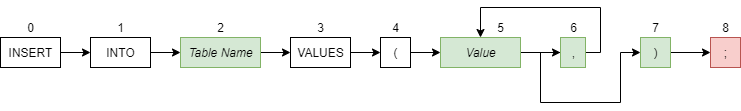
Earlier version of the draw.io export src/datastructure/rulegraph/diagrams/images/InsertDiagram.png (DeliciousWaffle/MastersProject). Source tidied: cells renumbered, new cells last; positions are measured from the earlier drawing's top-left corner, leaving out a move shared by most shapes. The source it was exported from:
```xml
<mxGraphModel>
  <root>
    <mxCell id="0" />
    <mxCell id="1" parent="0" />
    <mxCell id="2" style="edgeStyle=orthogonalEdgeStyle;rounded=0;jettySize=auto;html=1;exitX=1;exitY=0.5;exitDx=0;exitDy=0;entryX=0;entryY=0.5;entryDx=0;entryDy=0;" parent="1" edge="1" source="3" target="6">
      <mxGeometry relative="1" as="geometry" />
    </mxCell>
    <mxCell id="3" value="INSERT" style="html=1;" parent="1" vertex="1">
      <mxGeometry y="30" width="60" height="30" as="geometry" />
    </mxCell>
    <mxCell id="4" value="0" style="text;html=1;align=center;verticalAlign=middle;" parent="1" vertex="1">
      <mxGeometry x="20" y="10" width="20" height="20" as="geometry" />
    </mxCell>
    <mxCell id="5" style="edgeStyle=orthogonalEdgeStyle;rounded=0;jettySize=auto;html=1;exitX=1;exitY=0.5;exitDx=0;exitDy=0;entryX=0;entryY=0.5;entryDx=0;entryDy=0;" parent="1" edge="1" source="6" target="9">
      <mxGeometry relative="1" as="geometry" />
    </mxCell>
    <mxCell id="6" value="INTO" style="html=1;" parent="1" vertex="1">
      <mxGeometry x="90" y="30" width="60" height="30" as="geometry" />
    </mxCell>
    <mxCell id="7" value="1" style="text;html=1;align=center;verticalAlign=middle;" parent="1" vertex="1">
      <mxGeometry x="110" y="10" width="20" height="20" as="geometry" />
    </mxCell>
    <mxCell id="8" style="edgeStyle=orthogonalEdgeStyle;rounded=0;jettySize=auto;html=1;exitX=1;exitY=0.5;exitDx=0;exitDy=0;entryX=0;entryY=0.5;entryDx=0;entryDy=0;" parent="1" edge="1" source="9" target="12">
      <mxGeometry relative="1" as="geometry" />
    </mxCell>
    <mxCell id="9" value="&lt;i&gt;Table Name&lt;/i&gt;" style="html=1;fillColor=#d5e8d4;strokeColor=#82b366;" parent="1" vertex="1">
      <mxGeometry x="180" y="30" width="80" height="30" as="geometry" />
    </mxCell>
    <mxCell id="10" value="2" style="text;html=1;align=center;verticalAlign=middle;" parent="1" vertex="1">
      <mxGeometry x="210" y="10" width="20" height="20" as="geometry" />
    </mxCell>
    <mxCell id="11" style="edgeStyle=orthogonalEdgeStyle;rounded=0;jettySize=auto;html=1;exitX=1;exitY=0.5;exitDx=0;exitDy=0;entryX=0;entryY=0.5;entryDx=0;entryDy=0;" parent="1" edge="1" source="12" target="15">
      <mxGeometry relative="1" as="geometry" />
    </mxCell>
    <mxCell id="12" value="VALUES" style="html=1;" parent="1" vertex="1">
      <mxGeometry x="290" y="30" width="60" height="30" as="geometry" />
    </mxCell>
    <mxCell id="13" value="3" style="text;html=1;align=center;verticalAlign=middle;" parent="1" vertex="1">
      <mxGeometry x="310" y="10" width="20" height="20" as="geometry" />
    </mxCell>
    <mxCell id="14" style="edgeStyle=orthogonalEdgeStyle;rounded=0;jettySize=auto;html=1;exitX=1;exitY=0.5;exitDx=0;exitDy=0;entryX=0;entryY=0.5;entryDx=0;entryDy=0;" parent="1" edge="1" source="15" target="18">
      <mxGeometry relative="1" as="geometry" />
    </mxCell>
    <mxCell id="15" value="(" style="html=1;" parent="1" vertex="1">
      <mxGeometry x="380" y="30" width="30" height="30" as="geometry" />
    </mxCell>
    <mxCell id="16" value="4" style="text;html=1;align=center;verticalAlign=middle;" parent="1" vertex="1">
      <mxGeometry x="385" y="10" width="20" height="20" as="geometry" />
    </mxCell>
    <mxCell id="17" style="edgeStyle=orthogonalEdgeStyle;rounded=0;jettySize=auto;html=1;exitX=1;exitY=0.5;exitDx=0;exitDy=0;entryX=0;entryY=0.5;entryDx=0;entryDy=0;" parent="1" edge="1" source="18" target="24">
      <mxGeometry relative="1" as="geometry" />
    </mxCell>
    <mxCell id="18" value="&lt;i&gt;Value&lt;/i&gt;" style="html=1;fillColor=#d5e8d4;strokeColor=#82b366;" parent="1" vertex="1">
      <mxGeometry x="440" y="30" width="80" height="30" as="geometry" />
    </mxCell>
    <mxCell id="19" value="5" style="text;html=1;align=center;verticalAlign=middle;" parent="1" vertex="1">
      <mxGeometry x="490" y="10" width="20" height="20" as="geometry" />
    </mxCell>
    <mxCell id="20" value=";" style="html=1;fillColor=#f8cecc;strokeColor=#b85450;" parent="1" vertex="1">
      <mxGeometry x="710" y="30" width="30" height="30" as="geometry" />
    </mxCell>
    <mxCell id="21" value="8" style="text;html=1;align=center;verticalAlign=middle;" parent="1" vertex="1">
      <mxGeometry x="715" y="10" width="20" height="20" as="geometry" />
    </mxCell>
    <mxCell id="22" style="edgeStyle=orthogonalEdgeStyle;rounded=0;jettySize=auto;html=1;exitX=1;exitY=0.5;exitDx=0;exitDy=0;entryX=0.5;entryY=0;entryDx=0;entryDy=0;" parent="1" edge="1" source="24" target="18">
      <mxGeometry relative="1" as="geometry">
        <Array as="points">
          <mxPoint x="600" y="45" />
          <mxPoint x="600" />
          <mxPoint x="480" />
        </Array>
      </mxGeometry>
    </mxCell>
    <mxCell id="23" style="edgeStyle=orthogonalEdgeStyle;rounded=0;jettySize=auto;html=1;exitX=1;exitY=0.5;exitDx=0;exitDy=0;entryX=0;entryY=0.5;entryDx=0;entryDy=0;" parent="1" edge="1" source="24" target="27">
      <mxGeometry relative="1" as="geometry">
        <Array as="points">
          <mxPoint x="540" y="45" />
          <mxPoint x="540" y="95" />
          <mxPoint x="620" y="95" />
          <mxPoint x="620" y="45" />
        </Array>
      </mxGeometry>
    </mxCell>
    <mxCell id="24" value="," style="html=1;fillColor=#d5e8d4;strokeColor=#82b366;" parent="1" vertex="1">
      <mxGeometry x="560" y="30" width="25" height="30" as="geometry" />
    </mxCell>
    <mxCell id="25" value="6" style="text;html=1;align=center;verticalAlign=middle;" parent="1" vertex="1">
      <mxGeometry x="562.5" y="10" width="20" height="20" as="geometry" />
    </mxCell>
    <mxCell id="26" style="edgeStyle=orthogonalEdgeStyle;rounded=0;jettySize=auto;html=1;exitX=1;exitY=0.5;exitDx=0;exitDy=0;entryX=0;entryY=0.5;entryDx=0;entryDy=0;" parent="1" edge="1" source="27" target="20">
      <mxGeometry relative="1" as="geometry" />
    </mxCell>
    <mxCell id="27" value=")" style="html=1;fillColor=#d5e8d4;strokeColor=#82b366;" parent="1" vertex="1">
      <mxGeometry x="640" y="30" width="30" height="30" as="geometry" />
    </mxCell>
    <mxCell id="28" value="7" style="text;html=1;align=center;verticalAlign=middle;" parent="1" vertex="1">
      <mxGeometry x="645" y="10" width="20" height="20" as="geometry" />
    </mxCell>
  </root>
</mxGraphModel>
```
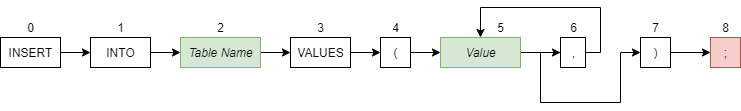
The same file after the commit.

Diff of the diagram source:
```diff
@@ -81,7 +81,7 @@
         </Array>
       </mxGeometry>
     </mxCell>
-    <mxCell id="24" value="," style="html=1;fillColor=#d5e8d4;strokeColor=#82b366;" parent="1" vertex="1">
+    <mxCell id="24" value="," style="html=1;" parent="1" vertex="1">
       <mxGeometry x="560" y="30" width="25" height="30" as="geometry" />
     </mxCell>
     <mxCell id="25" value="6" style="text;html=1;align=center;verticalAlign=middle;" parent="1" vertex="1">
@@ -90,7 +90,7 @@
     <mxCell id="26" style="edgeStyle=orthogonalEdgeStyle;rounded=0;jettySize=auto;html=1;exitX=1;exitY=0.5;exitDx=0;exitDy=0;entryX=0;entryY=0.5;entryDx=0;entryDy=0;" parent="1" edge="1" source="27" target="20">
       <mxGeometry relative="1" as="geometry" />
     </mxCell>
-    <mxCell id="27" value=")" style="html=1;fillColor=#d5e8d4;strokeColor=#82b366;" parent="1" vertex="1">
+    <mxCell id="27" value=")" style="html=1;" parent="1" vertex="1">
       <mxGeometry x="640" y="30" width="30" height="30" as="geometry" />
     </mxCell>
     <mxCell id="28" value="7" style="text;html=1;align=center;verticalAlign=middle;" parent="1" vertex="1">
```
